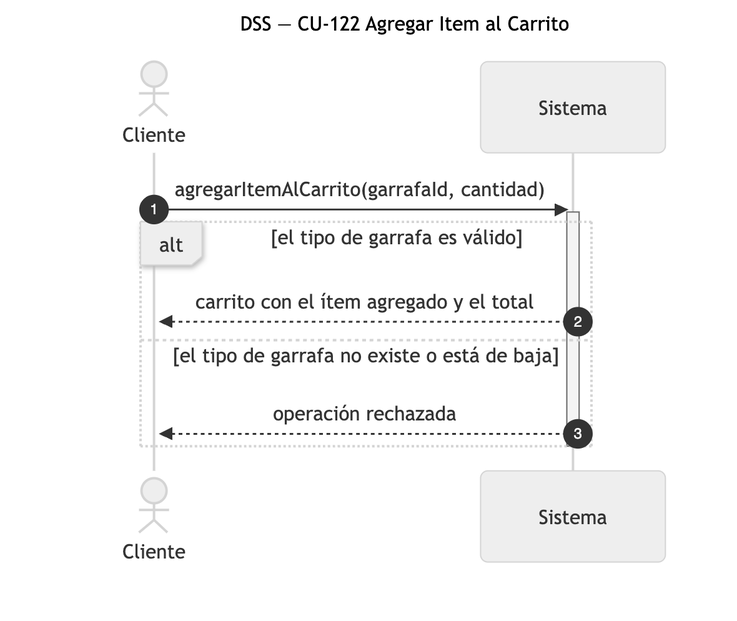
Earlier version of the Mermaid export diagramas/png/DSS_CU-122_Agregar-Item-al-Carrito.png (Nahuelito-Dev/splg-docs). Its source is kept beside it as diagramas/DSS_CU-122_Agregar-Item-al-Carrito.mmd.
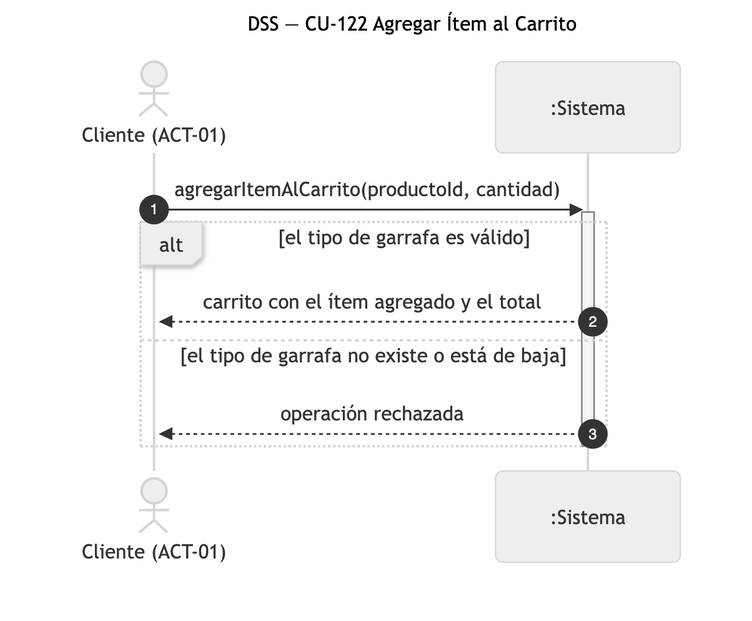
The same diagram one commit later.

Change to the diagram source:
```diff
@@ -1,10 +1,10 @@
 sequenceDiagram
-    title DSS — CU-122 Agregar Item al Carrito
+    title DSS — CU-122 Agregar Ítem al Carrito
     autonumber
-    actor CLI as Cliente
-    participant SIS as Sistema
+    actor CLI as Cliente (ACT-01)
+    participant SIS as :Sistema
 
-    CLI->>SIS: agregarItemAlCarrito(garrafaId, cantidad)
+    CLI->>SIS: agregarItemAlCarrito(productoId, cantidad)
     activate SIS
     alt el tipo de garrafa es válido
         SIS-->>CLI: carrito con el ítem agregado y el total
```
